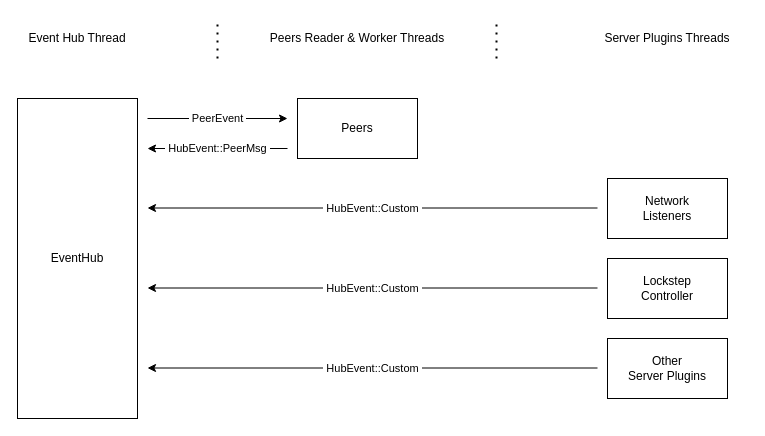
Earlier version of the draw.io diagram img/thread-architecture.drawio (DiscreteTom/ruast). Source tidied: cells renumbered, new cells numbered last; positions are measured from the earlier drawing's top-left corner, leaving out a move shared by most shapes. Both pictures are drawn from the tidied source at 100%, with x=0, y=0 at pixel (17, 18).
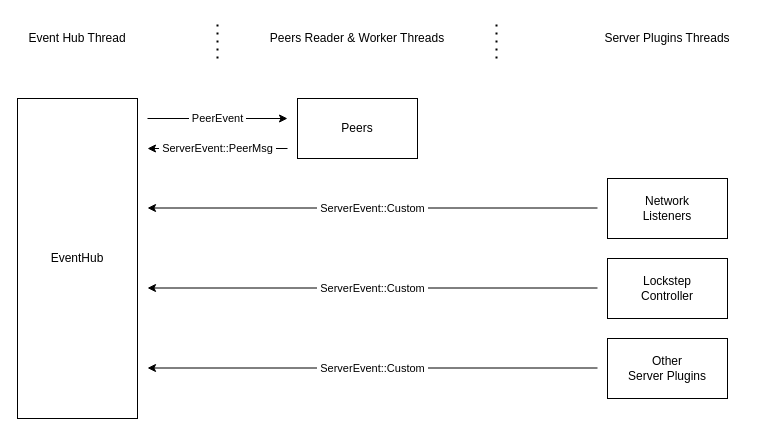
Above is the later version.

What changed in the source:
```diff
@@
-    <mxCell id="13" value="&amp;nbsp;HubEvent::PeerMsg&amp;nbsp;" style="endArrow=classic;html=1;" parent="1" edge="1">
+    <mxCell id="13" value="&amp;nbsp;ServerEvent::PeerMsg&amp;nbsp;" style="endArrow=classic;html=1;" parent="1" edge="1">
       <mxGeometry relative="1" as="geometry">
         <mxPoint x="270" y="130" as="sourcePoint" />
         <mxPoint x="130" y="130" as="targetPoint" />
       </mxGeometry>
     </mxCell>
-    <mxCell id="14" value="&amp;nbsp;HubEvent::Custom&amp;nbsp;" style="endArrow=classic;html=1;" parent="1" edge="1">
+    <mxCell id="14" value="&amp;nbsp;ServerEvent::Custom&amp;nbsp;" style="endArrow=classic;html=1;" parent="1" edge="1">
       <mxGeometry relative="1" as="geometry">
         <mxPoint x="580" y="189.5" as="sourcePoint" />
         <mxPoint x="130" y="189.5" as="targetPoint" />
       </mxGeometry>
     </mxCell>
-    <mxCell id="15" value="&amp;nbsp;HubEvent::Custom&amp;nbsp;" style="endArrow=classic;html=1;" parent="1" edge="1">
+    <mxCell id="15" value="&amp;nbsp;ServerEvent::Custom&amp;nbsp;" style="endArrow=classic;html=1;" parent="1" edge="1">
       <mxGeometry relative="1" as="geometry">
         <mxPoint x="580" y="269.5" as="sourcePoint" />
         <mxPoint x="130" y="269.5" as="targetPoint" />
       </mxGeometry>
     </mxCell>
-    <mxCell id="16" value="&amp;nbsp;HubEvent::Custom&amp;nbsp;" style="endArrow=classic;html=1;" parent="1" edge="1">
+    <mxCell id="16" value="&amp;nbsp;ServerEvent::Custom&amp;nbsp;" style="endArrow=classic;html=1;" parent="1" edge="1">
       <mxGeometry relative="1" as="geometry">
         <mxPoint x="580" y="349.5" as="sourcePoint" />
         <mxPoint x="130" y="349.5" as="targetPoint" />
       </mxGeometry>
     </mxCell>
```
